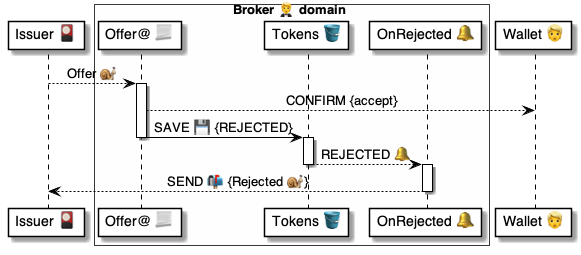
Above: 4 ⚙️ Solution/20 🧑‍🦰 UI/Brokers 🤵/🤵🪣 Broker tables/Tokens 🎫 table/🪣🔔 3 Rejected/🤵 OnTokenRejected ⚙️ uml.png in pollyweb-org/pollyweb-docs (PlantUML), before the change. Its source is kept beside it as 4 ⚙️ Solution/20 🧑‍🦰 UI/Brokers 🤵/🤵🪣 Broker tables/Tokens 🎫 table/🪣🔔 3 Rejected/🤵 OnTokenRejected ⚙️ uml.puml.
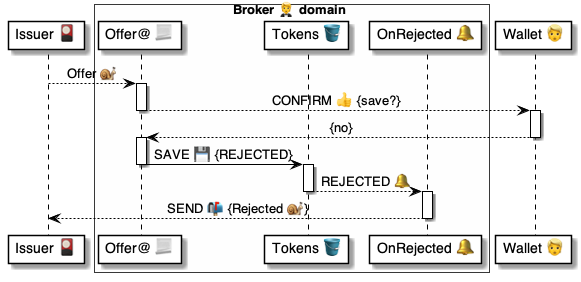
The same diagram one commit later.

Change to the diagram source:
```diff
@@ -13,8 +13,14 @@
 issuer --> script: Offer 🐌
 
 activate script
-    script --> wallet: CONFIRM {accept}
+    script --> wallet: CONFIRM 👍 {save?}
+deactivate script
 
+activate wallet
+    wallet --> script: {no}
+deactivate wallet
+
+activate script
     script -> tokens: SAVE 💾 {REJECTED}
 deactivate script
 
```
